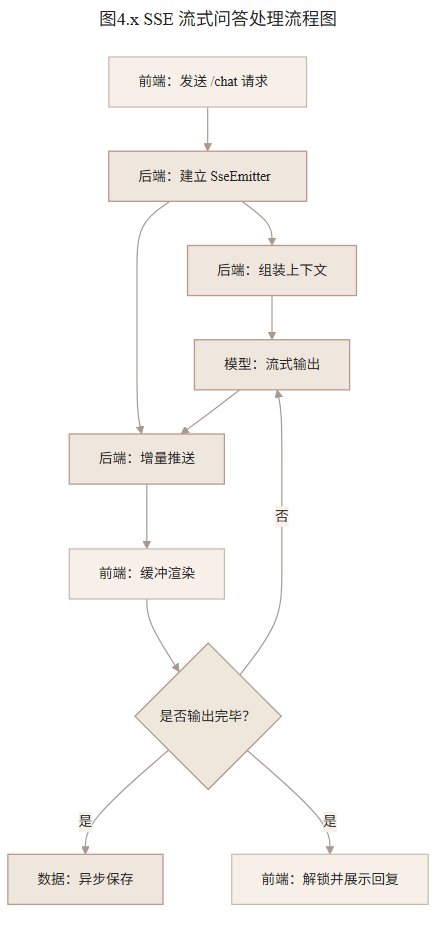
zyyyyynnn/Prelude keeps this Mermaid diagram as thesis-assets/evidence/diagrams/fig-4.x-sse-streaming-flow.png. Above is the earlier version. Its source is kept beside it as thesis-assets/evidence/diagrams/fig-4.x-sse-streaming-flow.mmd.
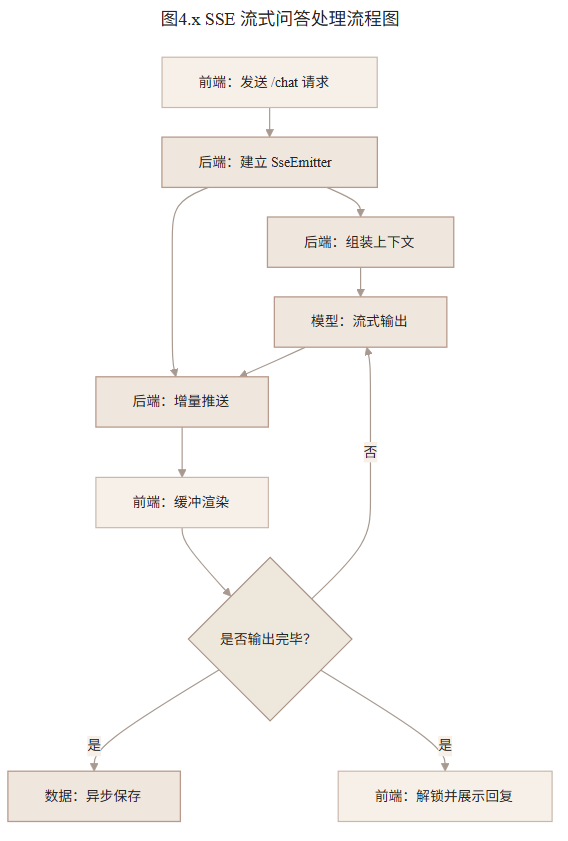
Above is the later version.

What changed in the source:
```diff
@@ -2,37 +2,38 @@
 title: 图4.x SSE 流式问答处理流程图
 ---
 %%{init: {
-  'theme': 'base',
-  'themeVariables': {
-    'background': '#FAF8F2',
-    'primaryColor': '#EFE6DD',
-    'primaryBorderColor': '#B79A8B',
-    'primaryTextColor': '#252525',
-    'lineColor': '#A89A90',
-    'secondaryColor': '#F6F0E8',
-    'tertiaryColor': '#FBFAF6',
-    'fontFamily': 'Microsoft YaHei, SimHei, Arial, sans-serif',
-    'fontSize': '14px'
+  "theme": "base",
+  "themeVariables": {
+    "background": "#FAF8F2",
+    "primaryColor": "#EFE6DD",
+    "primaryBorderColor": "#B79A8B",
+    "primaryTextColor": "#252525",
+    "lineColor": "#A89A90",
+    "secondaryColor": "#F6F0E8",
+    "tertiaryColor": "#FBFAF6",
+    "fontFamily": "system-ui, -apple-system, \"Microsoft YaHei\", sans-serif",
+    "fontSize": "14px",
+    "nodePadding": "15px"
   },
-  'flowchart': {
-    'nodeSpacing': 70,
-    'rankSpacing': 45
+  "flowchart": {
+    "nodeSpacing": 160,
+    "rankSpacing": 30
   }
 }}%%
 flowchart TB
-  fe_send["前端：发送 /chat 请求"]
+  fe_send[" &nbsp; 前端：发送 /chat 请求 &nbsp; "]
 
-  be_emitter["后端：建立 SseEmitter"]
-  be_context["后端：组装上下文"]
+  be_emitter[" &nbsp; 后端：建立 SseEmitter &nbsp; "]
+  be_context[" &nbsp; 后端：组装上下文 &nbsp; "]
 
-  llm_stream["模型：流式输出"]
-  be_push["后端：增量推送"]
-  fe_render["前端：缓冲渲染"]
+  llm_stream[" &nbsp; 模型：流式输出 &nbsp; "]
+  be_push[" &nbsp; 后端：增量推送 &nbsp; "]
+  fe_render[" &nbsp; 前端：缓冲渲染 &nbsp; "]
 
-  check_done{"是否输出完毕？"}
+  check_done{" &nbsp; 是否输出完毕？ &nbsp; "}
 
-  db_save["数据：异步保存"]
-  fe_finish["前端：解锁并展示回复"]
+  db_save[" &nbsp; 数据：异步保存 &nbsp; "]
+  fe_finish[" &nbsp; 前端：解锁并展示回复 &nbsp; "]
 
   fe_send --> be_emitter --> be_context
 
```
